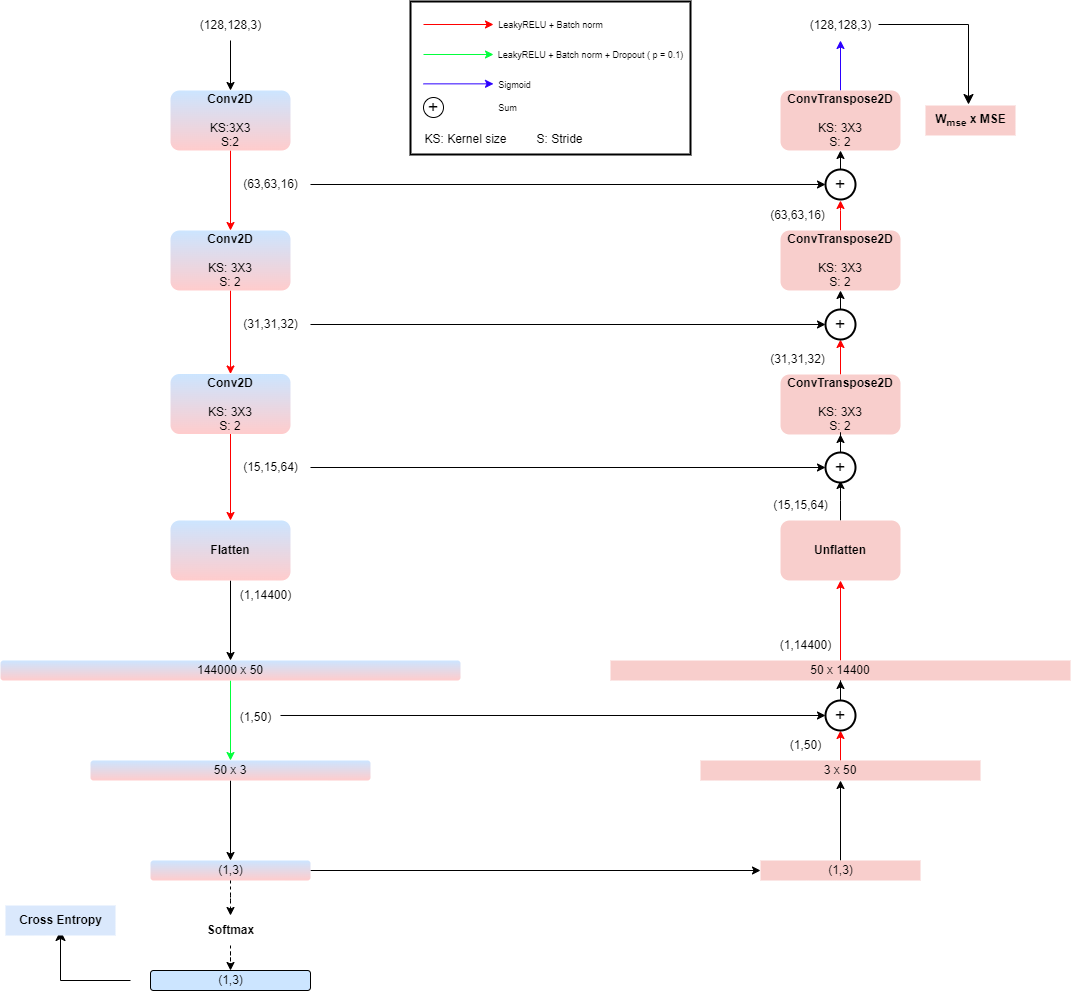
Earlier version of the draw.io export Diagram/Classifier.drawio.png (GianpietroNicoletti97/HDA-project). Source tidied: cells renumbered, new cells last; positions are measured from the earlier drawing's top-left corner, leaving out a move shared by most shapes.
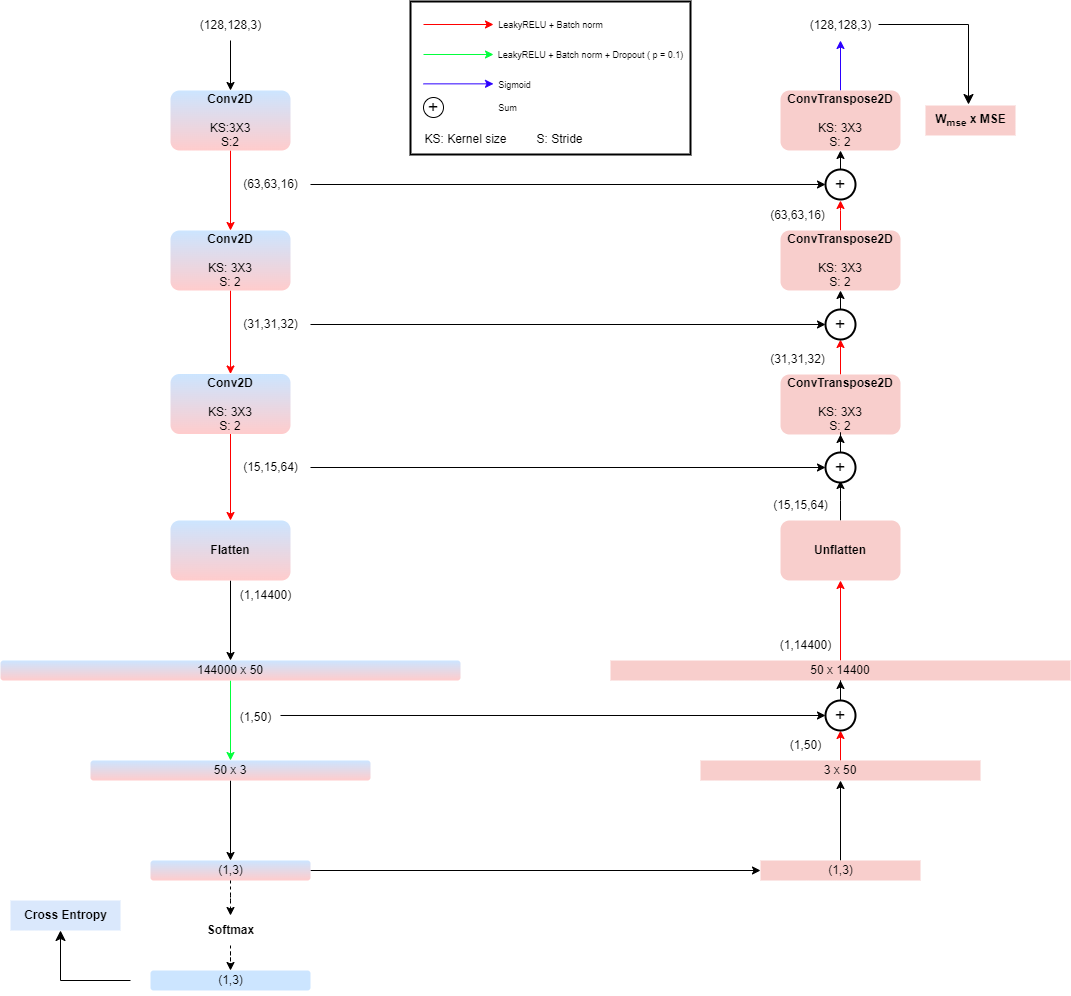
Above is the later version.

Diff of the diagram source:
```diff
@@ -110,7 +110,7 @@
     <mxCell id="37" value="(1,14400)" style="text;html=1;align=center;verticalAlign=middle;strokeColor=none;fillColor=none;" parent="1" vertex="1">
       <mxGeometry x="770" y="629" width="70" height="30" as="geometry" />
     </mxCell>
-    <mxCell id="38" style="rounded=1;whiteSpace=wrap;html=1;fillColor=#CCE5FF;" parent="1" vertex="1">
+    <mxCell id="38" style="rounded=1;whiteSpace=wrap;html=1;fillColor=#CCE5FF;strokeColor=none;" parent="1" vertex="1">
       <mxGeometry x="150" y="969" width="160" height="20" as="geometry" />
     </mxCell>
     <mxCell id="39" style="edgeStyle=orthogonalEdgeStyle;rounded=0;jettySize=auto;html=1;strokeColor=#000000;" parent="1" edge="1" source="40">
@@ -202,7 +202,7 @@
       </mxGeometry>
     </mxCell>
     <mxCell id="65" value="&lt;b&gt;Cross Entropy&lt;/b&gt;" style="text;html=1;align=center;verticalAlign=middle;strokeColor=none;fillColor=#dae8fc;" parent="1" vertex="1">
-      <mxGeometry x="5" y="904" width="110" height="30" as="geometry" />
+      <mxGeometry x="10" y="899" width="110" height="30" as="geometry" />
     </mxCell>
     <mxCell id="66" style="group;" parent="1" vertex="1">
       <mxGeometry x="410" width="285" height="153" as="geometry" />
```
